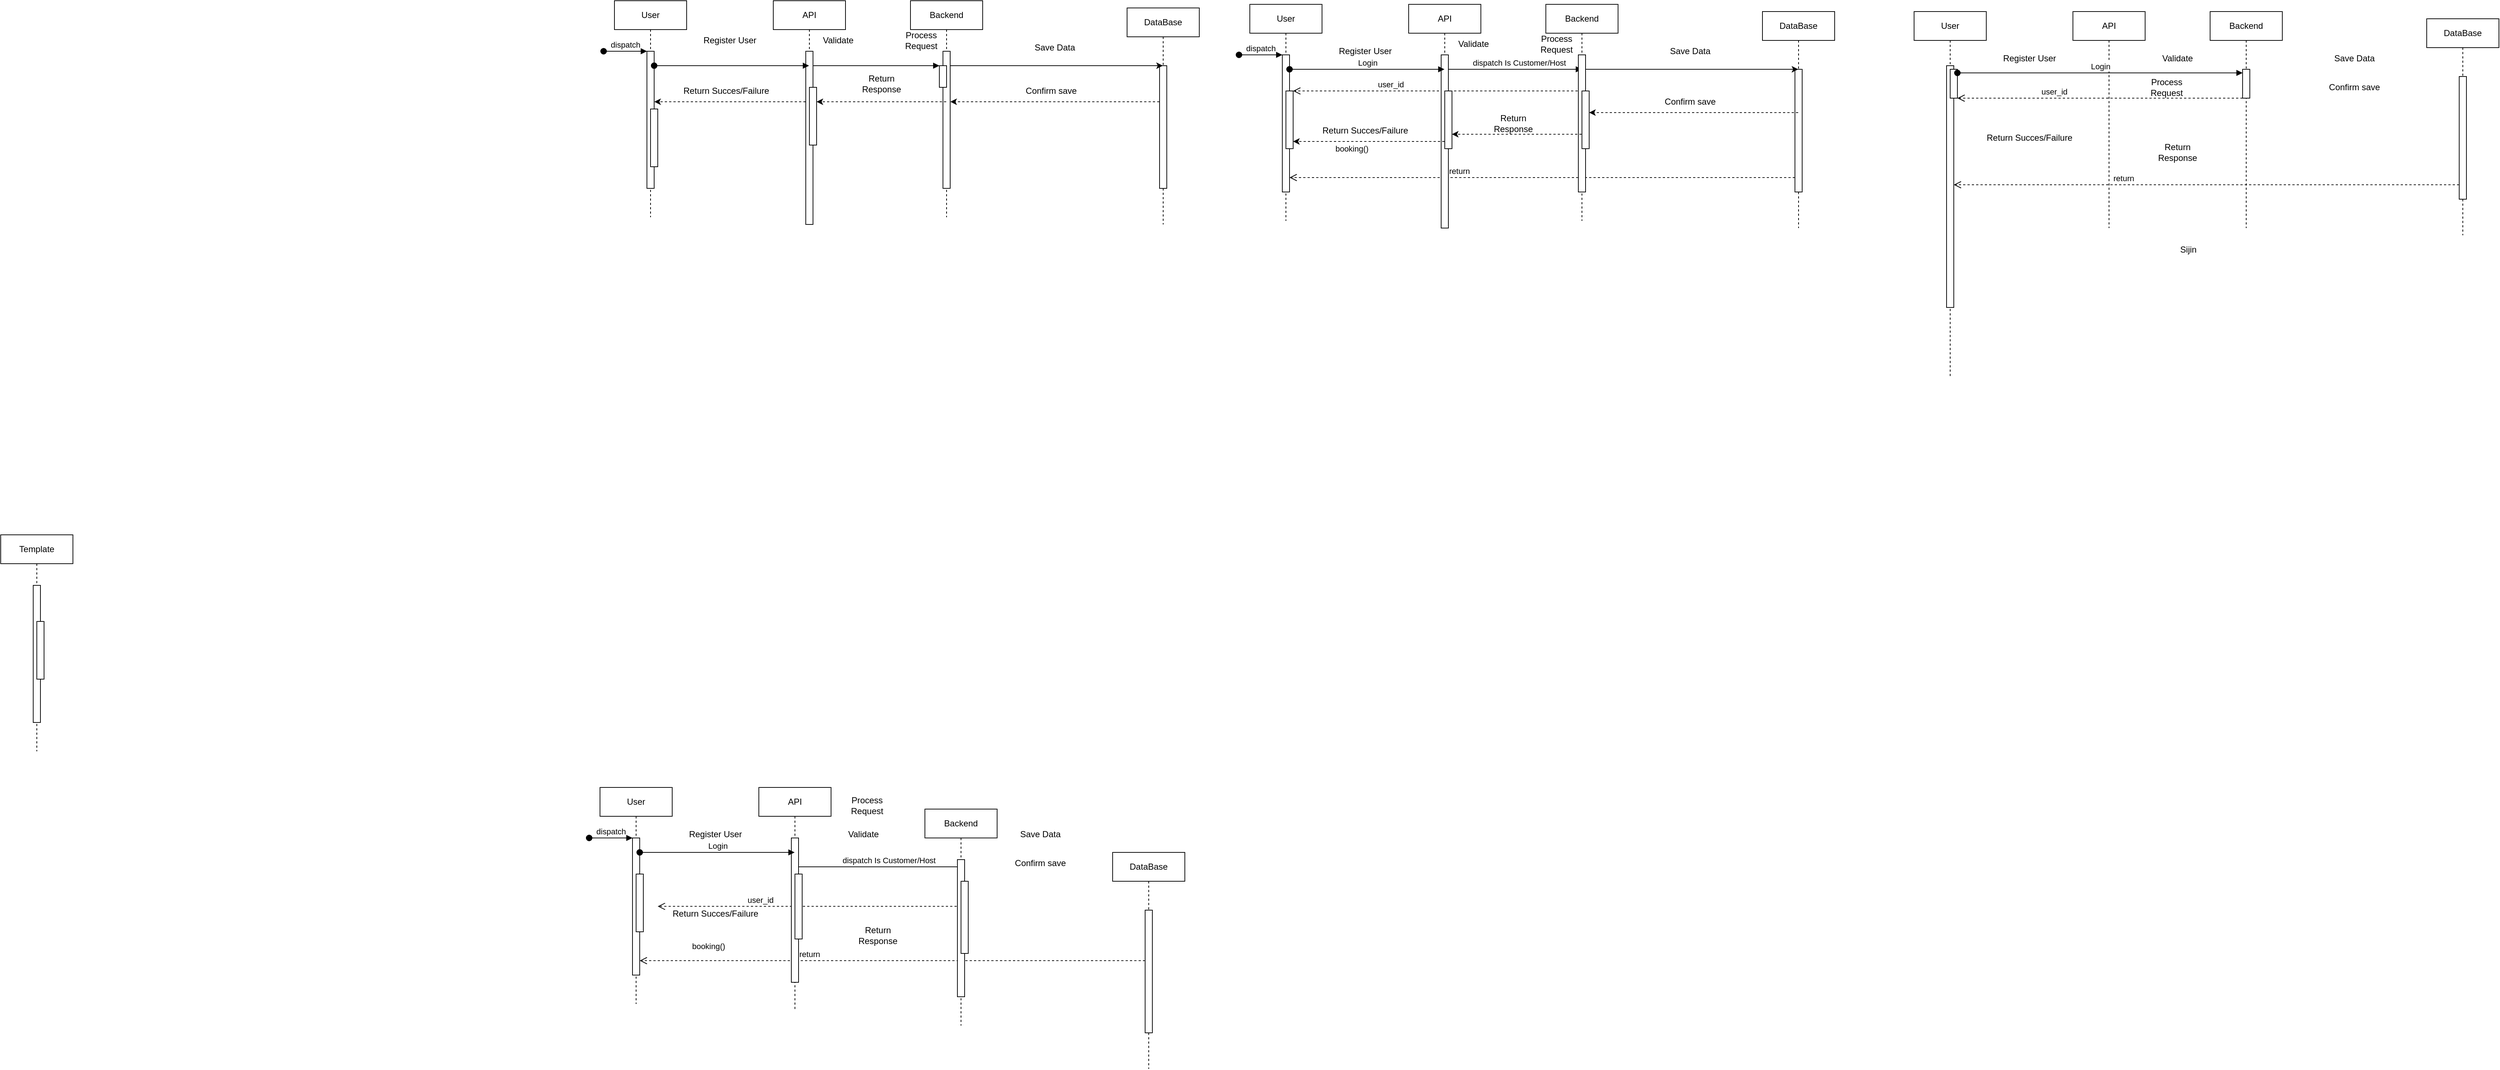
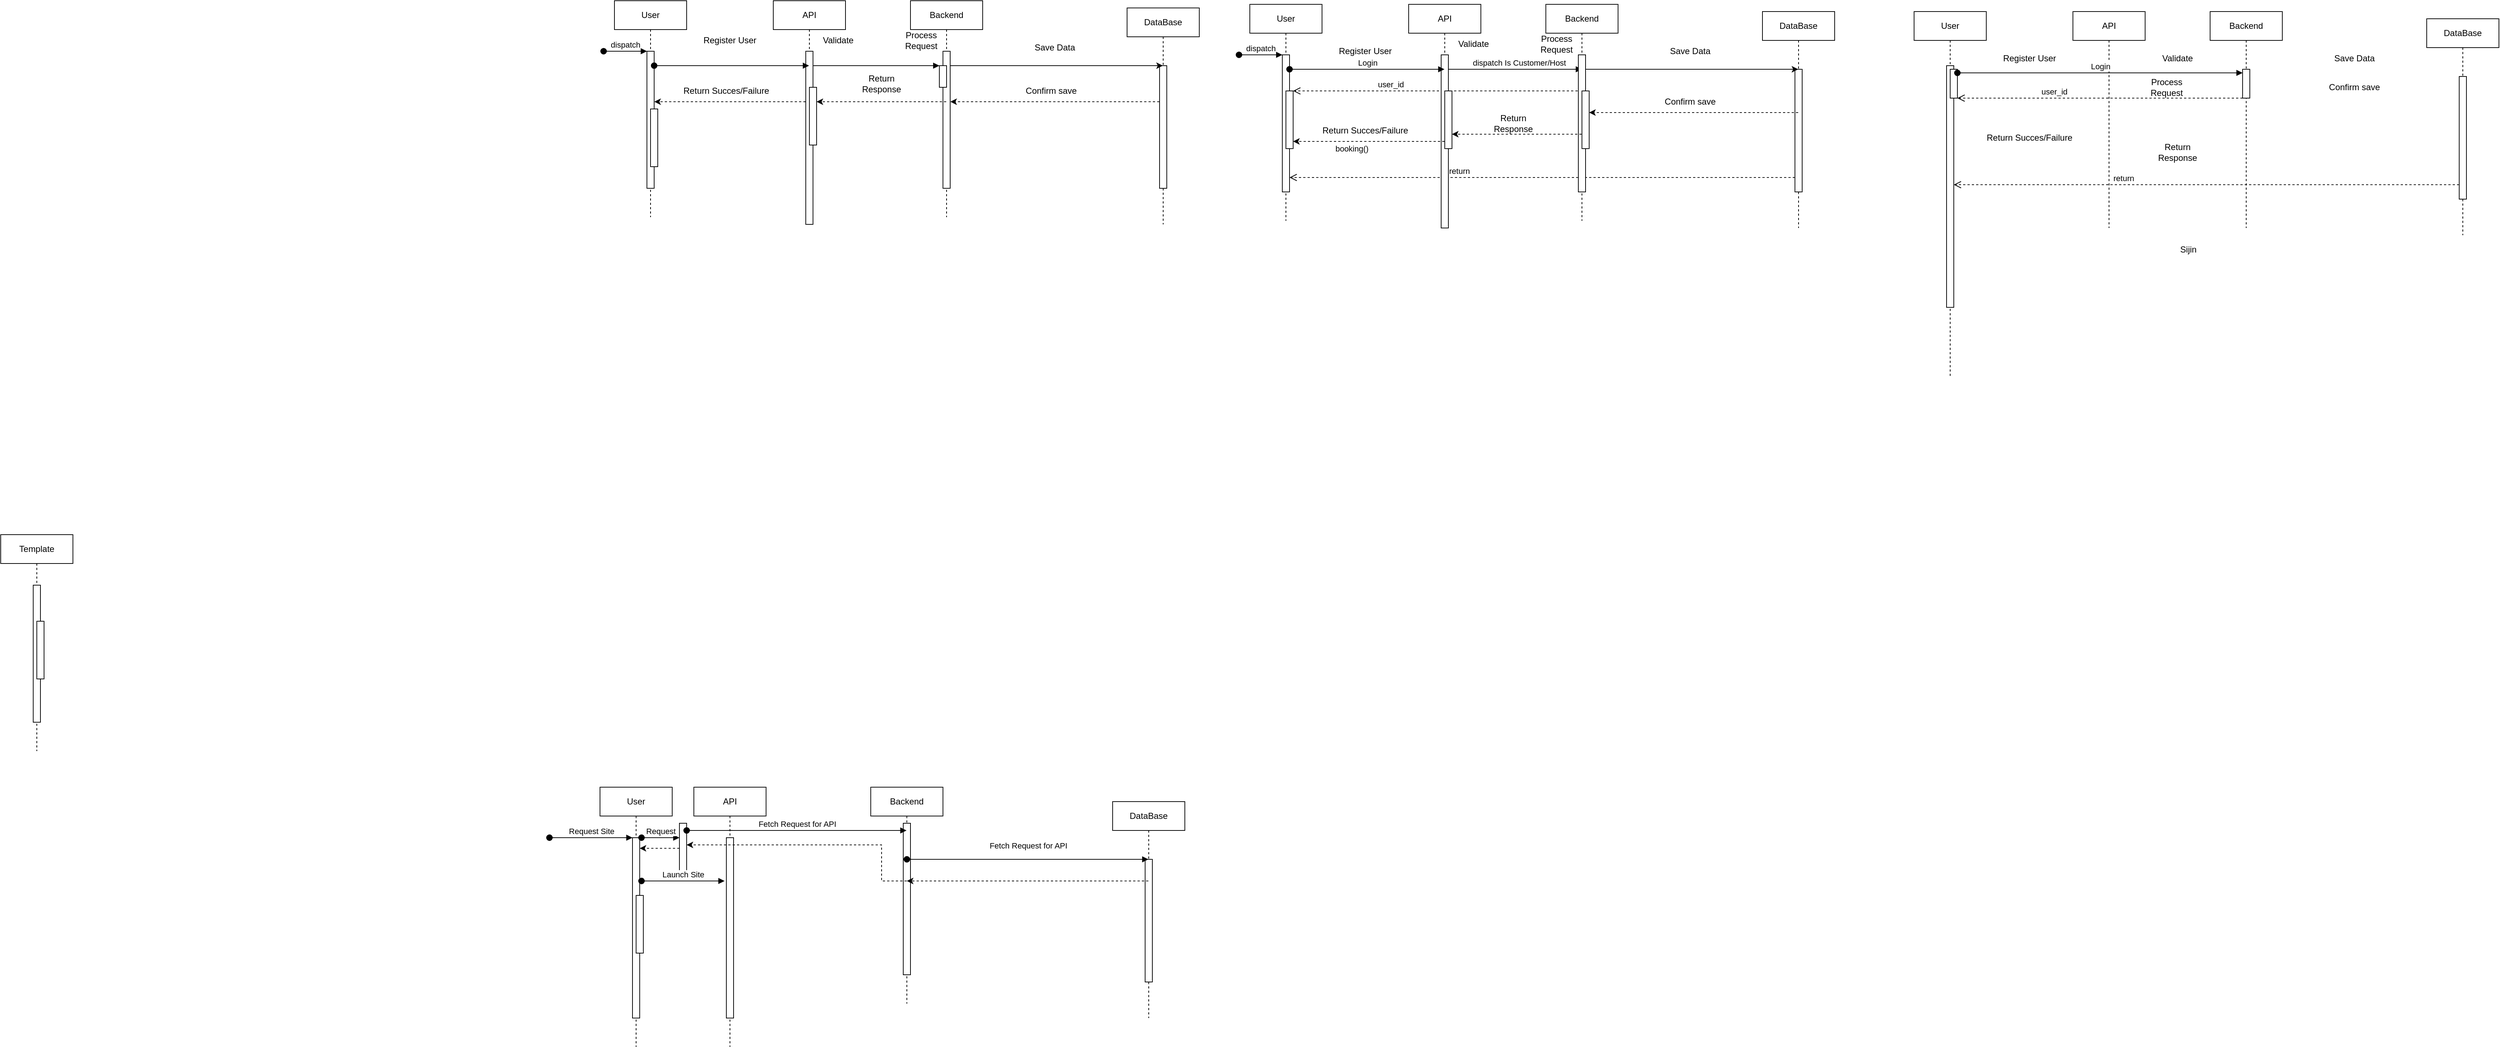
<mxfile host="app.diagrams.net" agent="5.0 (Macintosh; Intel Mac OS X 10_15_7) AppleWebKit/537.36 (KHTML, like Gecko) Chrome/109.0.0.0 Safari/537.36">
  <diagram name="Page-1" id="2YBvvXClWsGukQMizWep">
-     <mxGraphModel dx="1541" dy="848" grid="1" gridSize="10" guides="1" tooltips="1" connect="1" arrows="1" fold="1" page="1" pageScale="1" pageWidth="850" pageHeight="1100" math="0" shadow="0">
+     <mxGraphModel dx="1877" dy="375" grid="1" gridSize="10" guides="1" tooltips="1" connect="1" arrows="1" fold="1" page="1" pageScale="1" pageWidth="850" pageHeight="1100" math="0" shadow="0">
      <root>
        <mxCell id="0" />
        <mxCell id="1" parent="0" />
        <mxCell id="aM9ryv3xv72pqoxQDRHE-1" parent="1" style="shape=umlLifeline;perimeter=lifelinePerimeter;whiteSpace=wrap;html=1;container=0;dropTarget=0;collapsible=0;recursiveResize=0;outlineConnect=0;portConstraint=eastwest;newEdgeStyle={&quot;edgeStyle&quot;:&quot;elbowEdgeStyle&quot;,&quot;elbow&quot;:&quot;vertical&quot;,&quot;curved&quot;:0,&quot;rounded&quot;:0};" value="User" vertex="1">
          <mxGeometry height="300" width="100" x="30" y="40" as="geometry" />
        </mxCell>
        <mxCell id="aM9ryv3xv72pqoxQDRHE-2" parent="aM9ryv3xv72pqoxQDRHE-1" style="html=1;points=[];perimeter=orthogonalPerimeter;outlineConnect=0;targetShapes=umlLifeline;portConstraint=eastwest;newEdgeStyle={&quot;edgeStyle&quot;:&quot;elbowEdgeStyle&quot;,&quot;elbow&quot;:&quot;vertical&quot;,&quot;curved&quot;:0,&quot;rounded&quot;:0};" value="" vertex="1">
          <mxGeometry height="190" width="10" x="45" y="70" as="geometry" />
        </mxCell>
        <mxCell id="aM9ryv3xv72pqoxQDRHE-3" edge="1" parent="aM9ryv3xv72pqoxQDRHE-1" style="html=1;verticalAlign=bottom;startArrow=oval;endArrow=block;startSize=8;edgeStyle=elbowEdgeStyle;elbow=vertical;curved=0;rounded=0;" target="aM9ryv3xv72pqoxQDRHE-2" value="dispatch">
          <mxGeometry relative="1" as="geometry">
            <mxPoint x="-15" y="70" as="sourcePoint" />
          </mxGeometry>
        </mxCell>
        <mxCell id="aM9ryv3xv72pqoxQDRHE-4" parent="aM9ryv3xv72pqoxQDRHE-1" style="html=1;points=[];perimeter=orthogonalPerimeter;outlineConnect=0;targetShapes=umlLifeline;portConstraint=eastwest;newEdgeStyle={&quot;edgeStyle&quot;:&quot;elbowEdgeStyle&quot;,&quot;elbow&quot;:&quot;vertical&quot;,&quot;curved&quot;:0,&quot;rounded&quot;:0};" value="" vertex="1">
          <mxGeometry height="80" width="10" x="50" y="150" as="geometry" />
        </mxCell>
        <mxCell id="aM9ryv3xv72pqoxQDRHE-5" parent="1" style="shape=umlLifeline;perimeter=lifelinePerimeter;whiteSpace=wrap;html=1;container=0;dropTarget=0;collapsible=0;recursiveResize=0;outlineConnect=0;portConstraint=eastwest;newEdgeStyle={&quot;edgeStyle&quot;:&quot;elbowEdgeStyle&quot;,&quot;elbow&quot;:&quot;vertical&quot;,&quot;curved&quot;:0,&quot;rounded&quot;:0};" value="DataBase" vertex="1">
          <mxGeometry height="300" width="100" x="740" y="50" as="geometry" />
        </mxCell>
        <mxCell id="aM9ryv3xv72pqoxQDRHE-6" parent="aM9ryv3xv72pqoxQDRHE-5" style="html=1;points=[];perimeter=orthogonalPerimeter;outlineConnect=0;targetShapes=umlLifeline;portConstraint=eastwest;newEdgeStyle={&quot;edgeStyle&quot;:&quot;elbowEdgeStyle&quot;,&quot;elbow&quot;:&quot;vertical&quot;,&quot;curved&quot;:0,&quot;rounded&quot;:0};" value="" vertex="1">
          <mxGeometry height="170" width="10" x="45" y="80" as="geometry" />
        </mxCell>
        <mxCell id="aM9ryv3xv72pqoxQDRHE-7" edge="1" parent="1" source="7Z1T8ZwHcXeBXznP6D7j-6" style="html=1;verticalAlign=bottom;endArrow=block;edgeStyle=elbowEdgeStyle;elbow=vertical;curved=0;rounded=0;" target="7Z1T8ZwHcXeBXznP6D7j-11" value="">
          <mxGeometry relative="1" x="0.0616" as="geometry">
            <mxPoint as="offset" />
            <Array as="points">
              <mxPoint x="440" y="130" />
            </Array>
            <mxPoint x="195" y="130" as="sourcePoint" />
            <mxPoint x="480" y="130" as="targetPoint" />
          </mxGeometry>
        </mxCell>
        <mxCell id="7Z1T8ZwHcXeBXznP6D7j-5" parent="1" style="shape=umlLifeline;perimeter=lifelinePerimeter;whiteSpace=wrap;html=1;container=0;dropTarget=0;collapsible=0;recursiveResize=0;outlineConnect=0;portConstraint=eastwest;newEdgeStyle={&quot;edgeStyle&quot;:&quot;elbowEdgeStyle&quot;,&quot;elbow&quot;:&quot;vertical&quot;,&quot;curved&quot;:0,&quot;rounded&quot;:0};" value="API" vertex="1">
          <mxGeometry height="300" width="100" x="250" y="40" as="geometry" />
        </mxCell>
        <mxCell id="7Z1T8ZwHcXeBXznP6D7j-6" parent="7Z1T8ZwHcXeBXznP6D7j-5" style="html=1;points=[];perimeter=orthogonalPerimeter;outlineConnect=0;targetShapes=umlLifeline;portConstraint=eastwest;newEdgeStyle={&quot;edgeStyle&quot;:&quot;elbowEdgeStyle&quot;,&quot;elbow&quot;:&quot;vertical&quot;,&quot;curved&quot;:0,&quot;rounded&quot;:0};" value="" vertex="1">
          <mxGeometry height="240" width="10" x="45" y="70" as="geometry" />
        </mxCell>
        <mxCell id="7Z1T8ZwHcXeBXznP6D7j-8" parent="7Z1T8ZwHcXeBXznP6D7j-5" style="html=1;points=[];perimeter=orthogonalPerimeter;outlineConnect=0;targetShapes=umlLifeline;portConstraint=eastwest;newEdgeStyle={&quot;edgeStyle&quot;:&quot;elbowEdgeStyle&quot;,&quot;elbow&quot;:&quot;vertical&quot;,&quot;curved&quot;:0,&quot;rounded&quot;:0};" value="" vertex="1">
          <mxGeometry height="80" width="10" x="50" y="120" as="geometry" />
        </mxCell>
        <mxCell id="7Z1T8ZwHcXeBXznP6D7j-9" parent="1" style="shape=umlLifeline;perimeter=lifelinePerimeter;whiteSpace=wrap;html=1;container=0;dropTarget=0;collapsible=0;recursiveResize=0;outlineConnect=0;portConstraint=eastwest;newEdgeStyle={&quot;edgeStyle&quot;:&quot;elbowEdgeStyle&quot;,&quot;elbow&quot;:&quot;vertical&quot;,&quot;curved&quot;:0,&quot;rounded&quot;:0};" value="&lt;div&gt;Backend&lt;/div&gt;" vertex="1">
          <mxGeometry height="300" width="100" x="440" y="40" as="geometry" />
        </mxCell>
        <mxCell id="7Z1T8ZwHcXeBXznP6D7j-10" parent="7Z1T8ZwHcXeBXznP6D7j-9" style="html=1;points=[];perimeter=orthogonalPerimeter;outlineConnect=0;targetShapes=umlLifeline;portConstraint=eastwest;newEdgeStyle={&quot;edgeStyle&quot;:&quot;elbowEdgeStyle&quot;,&quot;elbow&quot;:&quot;vertical&quot;,&quot;curved&quot;:0,&quot;rounded&quot;:0};" value="" vertex="1">
          <mxGeometry height="190" width="10" x="45" y="70" as="geometry" />
        </mxCell>
        <mxCell id="7Z1T8ZwHcXeBXznP6D7j-11" parent="7Z1T8ZwHcXeBXznP6D7j-9" style="html=1;points=[];perimeter=orthogonalPerimeter;outlineConnect=0;targetShapes=umlLifeline;portConstraint=eastwest;newEdgeStyle={&quot;edgeStyle&quot;:&quot;elbowEdgeStyle&quot;,&quot;elbow&quot;:&quot;vertical&quot;,&quot;curved&quot;:0,&quot;rounded&quot;:0};" value="" vertex="1">
          <mxGeometry height="30" width="10" x="40" y="90" as="geometry" />
        </mxCell>
        <mxCell id="7Z1T8ZwHcXeBXznP6D7j-12" parent="1" style="shape=umlLifeline;perimeter=lifelinePerimeter;whiteSpace=wrap;html=1;container=0;dropTarget=0;collapsible=0;recursiveResize=0;outlineConnect=0;portConstraint=eastwest;newEdgeStyle={&quot;edgeStyle&quot;:&quot;elbowEdgeStyle&quot;,&quot;elbow&quot;:&quot;vertical&quot;,&quot;curved&quot;:0,&quot;rounded&quot;:0};" value="Template" vertex="1">
          <mxGeometry height="300" width="100" x="-820" y="780" as="geometry" />
        </mxCell>
        <mxCell id="7Z1T8ZwHcXeBXznP6D7j-13" parent="7Z1T8ZwHcXeBXznP6D7j-12" style="html=1;points=[];perimeter=orthogonalPerimeter;outlineConnect=0;targetShapes=umlLifeline;portConstraint=eastwest;newEdgeStyle={&quot;edgeStyle&quot;:&quot;elbowEdgeStyle&quot;,&quot;elbow&quot;:&quot;vertical&quot;,&quot;curved&quot;:0,&quot;rounded&quot;:0};" value="" vertex="1">
          <mxGeometry height="190" width="10" x="45" y="70" as="geometry" />
        </mxCell>
        <mxCell id="7Z1T8ZwHcXeBXznP6D7j-14" parent="7Z1T8ZwHcXeBXznP6D7j-12" style="html=1;points=[];perimeter=orthogonalPerimeter;outlineConnect=0;targetShapes=umlLifeline;portConstraint=eastwest;newEdgeStyle={&quot;edgeStyle&quot;:&quot;elbowEdgeStyle&quot;,&quot;elbow&quot;:&quot;vertical&quot;,&quot;curved&quot;:0,&quot;rounded&quot;:0};" value="" vertex="1">
          <mxGeometry height="80" width="10" x="50" y="120" as="geometry" />
        </mxCell>
        <mxCell id="7Z1T8ZwHcXeBXznP6D7j-18" edge="1" parent="1" style="html=1;verticalAlign=bottom;startArrow=oval;endArrow=block;startSize=8;edgeStyle=elbowEdgeStyle;elbow=vertical;curved=0;rounded=0;" target="7Z1T8ZwHcXeBXznP6D7j-5" value="">
          <mxGeometry relative="1" x="-0.3939" y="10" as="geometry">
            <mxPoint as="offset" />
            <mxPoint x="85" y="130" as="sourcePoint" />
            <mxPoint x="150" y="130" as="targetPoint" />
          </mxGeometry>
        </mxCell>
        <mxCell id="D9VVy2PClrj1YHKQl20F-1" parent="1" style="text;html=1;whiteSpace=wrap;strokeColor=none;fillColor=none;align=center;verticalAlign=middle;rounded=0;" value="Register User" vertex="1">
          <mxGeometry height="30" width="100" x="140" y="80" as="geometry" />
        </mxCell>
        <mxCell id="D9VVy2PClrj1YHKQl20F-2" parent="1" style="text;html=1;whiteSpace=wrap;strokeColor=none;fillColor=none;align=center;verticalAlign=middle;rounded=0;" value="Validate" vertex="1">
          <mxGeometry height="30" width="60" x="310" y="80" as="geometry" />
        </mxCell>
        <mxCell id="D9VVy2PClrj1YHKQl20F-3" parent="1" style="text;html=1;whiteSpace=wrap;strokeColor=none;fillColor=none;align=center;verticalAlign=middle;rounded=0;" value="Process Request" vertex="1">
          <mxGeometry height="30" width="60" x="425" y="80" as="geometry" />
        </mxCell>
        <mxCell id="I_nbtK1dwFWHWanF6EMp-1" parent="1" style="text;html=1;whiteSpace=wrap;strokeColor=none;fillColor=none;align=center;verticalAlign=middle;rounded=0;" value="Save Data" vertex="1">
          <mxGeometry height="30" width="60" x="610" y="90" as="geometry" />
        </mxCell>
        <mxCell id="I_nbtK1dwFWHWanF6EMp-2" parent="1" style="text;html=1;whiteSpace=wrap;strokeColor=none;fillColor=none;align=center;verticalAlign=middle;rounded=0;" value="Confirm save" vertex="1">
          <mxGeometry height="30" width="80" x="595.25" y="150" as="geometry" />
        </mxCell>
        <mxCell id="I_nbtK1dwFWHWanF6EMp-3" parent="1" style="text;html=1;whiteSpace=wrap;strokeColor=none;fillColor=none;align=center;verticalAlign=middle;rounded=0;" value="Return Response" vertex="1">
          <mxGeometry height="30" width="60" x="370" y="140" as="geometry" />
        </mxCell>
        <mxCell id="I_nbtK1dwFWHWanF6EMp-4" parent="1" style="text;html=1;whiteSpace=wrap;strokeColor=none;fillColor=none;align=center;verticalAlign=middle;rounded=0;" value="Return Succes/Failure" vertex="1">
          <mxGeometry height="30" width="140" x="115.25" y="150" as="geometry" />
        </mxCell>
        <mxCell id="7Z1T8ZwHcXeBXznP6D7j-20" parent="1" style="shape=umlLifeline;perimeter=lifelinePerimeter;whiteSpace=wrap;html=1;container=0;dropTarget=0;collapsible=0;recursiveResize=0;outlineConnect=0;portConstraint=eastwest;newEdgeStyle={&quot;edgeStyle&quot;:&quot;elbowEdgeStyle&quot;,&quot;elbow&quot;:&quot;vertical&quot;,&quot;curved&quot;:0,&quot;rounded&quot;:0};" value="User" vertex="1">
-           <mxGeometry height="300" width="100" x="10" y="1130" as="geometry" />
+           <mxGeometry height="360" width="100" x="10" y="1130" as="geometry" />
        </mxCell>
        <mxCell id="7Z1T8ZwHcXeBXznP6D7j-21" parent="7Z1T8ZwHcXeBXznP6D7j-20" style="html=1;points=[];perimeter=orthogonalPerimeter;outlineConnect=0;targetShapes=umlLifeline;portConstraint=eastwest;newEdgeStyle={&quot;edgeStyle&quot;:&quot;elbowEdgeStyle&quot;,&quot;elbow&quot;:&quot;vertical&quot;,&quot;curved&quot;:0,&quot;rounded&quot;:0};" value="" vertex="1">
-           <mxGeometry height="190" width="10" x="45" y="70" as="geometry" />
-         </mxCell>
-         <mxCell id="7Z1T8ZwHcXeBXznP6D7j-22" edge="1" parent="7Z1T8ZwHcXeBXznP6D7j-20" style="html=1;verticalAlign=bottom;startArrow=oval;endArrow=block;startSize=8;edgeStyle=elbowEdgeStyle;elbow=vertical;curved=0;rounded=0;" target="7Z1T8ZwHcXeBXznP6D7j-21" value="dispatch">
-           <mxGeometry relative="1" as="geometry">
-             <mxPoint x="-15" y="70" as="sourcePoint" />
+           <mxGeometry height="250" width="10" x="45" y="70" as="geometry" />
+         </mxCell>
+         <mxCell id="7Z1T8ZwHcXeBXznP6D7j-22" edge="1" parent="7Z1T8ZwHcXeBXznP6D7j-20" style="html=1;verticalAlign=bottom;startArrow=oval;endArrow=block;startSize=8;edgeStyle=elbowEdgeStyle;elbow=vertical;curved=0;rounded=0;" target="7Z1T8ZwHcXeBXznP6D7j-21" value="&lt;div&gt;Request Site&lt;/div&gt;">
+           <mxGeometry relative="1" as="geometry">
+             <mxPoint x="-70" y="70" as="sourcePoint" />
          </mxGeometry>
        </mxCell>
        <mxCell id="7Z1T8ZwHcXeBXznP6D7j-23" parent="7Z1T8ZwHcXeBXznP6D7j-20" style="html=1;points=[];perimeter=orthogonalPerimeter;outlineConnect=0;targetShapes=umlLifeline;portConstraint=eastwest;newEdgeStyle={&quot;edgeStyle&quot;:&quot;elbowEdgeStyle&quot;,&quot;elbow&quot;:&quot;vertical&quot;,&quot;curved&quot;:0,&quot;rounded&quot;:0};" value="" vertex="1">
-           <mxGeometry height="80" width="10" x="50" y="120" as="geometry" />
+           <mxGeometry height="80" width="10" x="50" y="150" as="geometry" />
        </mxCell>
        <mxCell id="_QFFP_39c0ER-aZENGy8-1" edge="1" parent="1" source="7Z1T8ZwHcXeBXznP6D7j-10" style="endArrow=classic;html=1;rounded=0;" target="aM9ryv3xv72pqoxQDRHE-5" value="">
          <mxGeometry height="50" relative="1" width="50" as="geometry">
            <Array as="points">
              <mxPoint x="650" y="130" />
            </Array>
            <mxPoint x="490" y="170" as="sourcePoint" />
            <mxPoint x="540" y="120" as="targetPoint" />
          </mxGeometry>
        </mxCell>
        <mxCell id="7Z1T8ZwHcXeBXznP6D7j-24" parent="1" style="shape=umlLifeline;perimeter=lifelinePerimeter;whiteSpace=wrap;html=1;container=0;dropTarget=0;collapsible=0;recursiveResize=0;outlineConnect=0;portConstraint=eastwest;newEdgeStyle={&quot;edgeStyle&quot;:&quot;elbowEdgeStyle&quot;,&quot;elbow&quot;:&quot;vertical&quot;,&quot;curved&quot;:0,&quot;rounded&quot;:0};" value="DataBase" vertex="1">
-           <mxGeometry height="300" width="100" x="720" y="1220" as="geometry" />
+           <mxGeometry height="300" width="100" x="720" y="1150" as="geometry" />
        </mxCell>
        <mxCell id="7Z1T8ZwHcXeBXznP6D7j-25" parent="7Z1T8ZwHcXeBXznP6D7j-24" style="html=1;points=[];perimeter=orthogonalPerimeter;outlineConnect=0;targetShapes=umlLifeline;portConstraint=eastwest;newEdgeStyle={&quot;edgeStyle&quot;:&quot;elbowEdgeStyle&quot;,&quot;elbow&quot;:&quot;vertical&quot;,&quot;curved&quot;:0,&quot;rounded&quot;:0};" value="" vertex="1">
          <mxGeometry height="170" width="10" x="45" y="80" as="geometry" />
        </mxCell>
        <mxCell id="_QFFP_39c0ER-aZENGy8-2" edge="1" parent="1" style="endArrow=classic;html=1;rounded=0;dashed=1;" value="">
          <mxGeometry height="50" relative="1" width="50" as="geometry">
            <Array as="points">
              <mxPoint x="635.25" y="180" />
            </Array>
            <mxPoint x="784.75" y="179.9999999999999" as="sourcePoint" />
            <mxPoint x="495.25" y="179.9999999999999" as="targetPoint" />
          </mxGeometry>
        </mxCell>
-         <mxCell id="7Z1T8ZwHcXeBXznP6D7j-26" edge="1" parent="1" source="7Z1T8ZwHcXeBXznP6D7j-31" style="html=1;verticalAlign=bottom;endArrow=block;edgeStyle=elbowEdgeStyle;elbow=vertical;curved=0;rounded=0;entryX=0.5;entryY=0.105;entryDx=0;entryDy=0;entryPerimeter=0;" target="7Z1T8ZwHcXeBXznP6D7j-34" value="dispatch Is Customer/Host">
-           <mxGeometry relative="1" x="0.0616" as="geometry">
-             <mxPoint as="offset" />
-             <Array as="points">
-               <mxPoint x="460" y="1240" />
-             </Array>
-             <mxPoint x="175" y="1220" as="sourcePoint" />
-             <mxPoint x="460" y="1220" as="targetPoint" />
-           </mxGeometry>
-         </mxCell>
-         <mxCell id="7Z1T8ZwHcXeBXznP6D7j-27" connectable="0" parent="7Z1T8ZwHcXeBXznP6D7j-26" style="edgeLabel;html=1;align=center;verticalAlign=middle;resizable=0;points=[];" value="booking()" vertex="1">
-           <mxGeometry relative="1" x="-0.6283" y="3" as="geometry">
-             <mxPoint x="-169" y="113" as="offset" />
-           </mxGeometry>
-         </mxCell>
        <mxCell id="_QFFP_39c0ER-aZENGy8-3" edge="1" parent="1" style="endArrow=classic;html=1;rounded=0;dashed=1;" value="">
          <mxGeometry height="50" relative="1" width="50" as="geometry">
            <Array as="points">
              <mxPoint x="400" y="180" />
            </Array>
            <mxPoint x="489.5" y="179.9999999999999" as="sourcePoint" />
            <mxPoint x="310" y="179.9999999999999" as="targetPoint" />
          </mxGeometry>
        </mxCell>
-         <mxCell id="7Z1T8ZwHcXeBXznP6D7j-28" edge="1" parent="1" source="7Z1T8ZwHcXeBXznP6D7j-25" style="html=1;verticalAlign=bottom;endArrow=open;dashed=1;endSize=8;edgeStyle=elbowEdgeStyle;elbow=vertical;curved=0;rounded=0;" target="7Z1T8ZwHcXeBXznP6D7j-21" value="return">
-           <mxGeometry relative="1" x="0.3286" as="geometry">
-             <mxPoint as="offset" />
-             <Array as="points">
-               <mxPoint x="170" y="1370" />
-             </Array>
-             <mxPoint x="175" y="1295" as="targetPoint" />
-           </mxGeometry>
-         </mxCell>
        <mxCell id="_QFFP_39c0ER-aZENGy8-4" edge="1" parent="1" style="endArrow=classic;html=1;rounded=0;dashed=1;" value="">
          <mxGeometry height="50" relative="1" width="50" as="geometry">
            <Array as="points">
              <mxPoint x="195.25" y="180" />
            </Array>
            <mxPoint x="294.75" y="179.9999999999999" as="sourcePoint" />
            <mxPoint x="85.25" y="179.9999999999999" as="targetPoint" />
          </mxGeometry>
        </mxCell>
-         <mxCell id="7Z1T8ZwHcXeBXznP6D7j-29" edge="1" parent="1" style="html=1;verticalAlign=bottom;endArrow=open;dashed=1;endSize=8;edgeStyle=elbowEdgeStyle;elbow=vertical;curved=0;rounded=0;" value="user_id">
-           <mxGeometry relative="1" x="0.325" as="geometry">
-             <mxPoint as="offset" />
-             <Array as="points">
-               <mxPoint x="450" y="1294.76" />
-             </Array>
-             <mxPoint x="510" y="1294.76" as="sourcePoint" />
-             <mxPoint x="90" y="1294.76" as="targetPoint" />
-           </mxGeometry>
-         </mxCell>
        <mxCell id="_QFFP_39c0ER-aZENGy8-33" parent="1" style="shape=umlLifeline;perimeter=lifelinePerimeter;whiteSpace=wrap;html=1;container=0;dropTarget=0;collapsible=0;recursiveResize=0;outlineConnect=0;portConstraint=eastwest;newEdgeStyle={&quot;edgeStyle&quot;:&quot;elbowEdgeStyle&quot;,&quot;elbow&quot;:&quot;vertical&quot;,&quot;curved&quot;:0,&quot;rounded&quot;:0};" value="User" vertex="1">
          <mxGeometry height="300" width="100" x="910" y="45" as="geometry" />
        </mxCell>
        <mxCell id="_QFFP_39c0ER-aZENGy8-34" parent="_QFFP_39c0ER-aZENGy8-33" style="html=1;points=[];perimeter=orthogonalPerimeter;outlineConnect=0;targetShapes=umlLifeline;portConstraint=eastwest;newEdgeStyle={&quot;edgeStyle&quot;:&quot;elbowEdgeStyle&quot;,&quot;elbow&quot;:&quot;vertical&quot;,&quot;curved&quot;:0,&quot;rounded&quot;:0};" value="" vertex="1">
          <mxGeometry height="190" width="10" x="45" y="70" as="geometry" />
        </mxCell>
        <mxCell id="_QFFP_39c0ER-aZENGy8-35" edge="1" parent="_QFFP_39c0ER-aZENGy8-33" style="html=1;verticalAlign=bottom;startArrow=oval;endArrow=block;startSize=8;edgeStyle=elbowEdgeStyle;elbow=vertical;curved=0;rounded=0;" target="_QFFP_39c0ER-aZENGy8-34" value="dispatch">
          <mxGeometry relative="1" as="geometry">
            <mxPoint x="-15" y="70" as="sourcePoint" />
          </mxGeometry>
        </mxCell>
        <mxCell id="_QFFP_39c0ER-aZENGy8-36" parent="_QFFP_39c0ER-aZENGy8-33" style="html=1;points=[];perimeter=orthogonalPerimeter;outlineConnect=0;targetShapes=umlLifeline;portConstraint=eastwest;newEdgeStyle={&quot;edgeStyle&quot;:&quot;elbowEdgeStyle&quot;,&quot;elbow&quot;:&quot;vertical&quot;,&quot;curved&quot;:0,&quot;rounded&quot;:0};" value="" vertex="1">
          <mxGeometry height="80" width="10" x="50" y="120" as="geometry" />
        </mxCell>
        <mxCell id="7Z1T8ZwHcXeBXznP6D7j-30" parent="1" style="shape=umlLifeline;perimeter=lifelinePerimeter;whiteSpace=wrap;html=1;container=0;dropTarget=0;collapsible=0;recursiveResize=0;outlineConnect=0;portConstraint=eastwest;newEdgeStyle={&quot;edgeStyle&quot;:&quot;elbowEdgeStyle&quot;,&quot;elbow&quot;:&quot;vertical&quot;,&quot;curved&quot;:0,&quot;rounded&quot;:0};" value="API" vertex="1">
-           <mxGeometry height="310" width="100" x="230" y="1130" as="geometry" />
+           <mxGeometry height="360" width="100" x="140" y="1130" as="geometry" />
        </mxCell>
        <mxCell id="7Z1T8ZwHcXeBXznP6D7j-31" parent="7Z1T8ZwHcXeBXznP6D7j-30" style="html=1;points=[];perimeter=orthogonalPerimeter;outlineConnect=0;targetShapes=umlLifeline;portConstraint=eastwest;newEdgeStyle={&quot;edgeStyle&quot;:&quot;elbowEdgeStyle&quot;,&quot;elbow&quot;:&quot;vertical&quot;,&quot;curved&quot;:0,&quot;rounded&quot;:0};" value="" vertex="1">
-           <mxGeometry height="200" width="10" x="45" y="70" as="geometry" />
-         </mxCell>
-         <mxCell id="7Z1T8ZwHcXeBXznP6D7j-32" parent="7Z1T8ZwHcXeBXznP6D7j-30" style="html=1;points=[];perimeter=orthogonalPerimeter;outlineConnect=0;targetShapes=umlLifeline;portConstraint=eastwest;newEdgeStyle={&quot;edgeStyle&quot;:&quot;elbowEdgeStyle&quot;,&quot;elbow&quot;:&quot;vertical&quot;,&quot;curved&quot;:0,&quot;rounded&quot;:0};" value="" vertex="1">
-           <mxGeometry height="90" width="10" x="50" y="120" as="geometry" />
+           <mxGeometry height="250" width="10" x="45" y="70" as="geometry" />
        </mxCell>
        <mxCell id="_QFFP_39c0ER-aZENGy8-37" parent="1" style="shape=umlLifeline;perimeter=lifelinePerimeter;whiteSpace=wrap;html=1;container=0;dropTarget=0;collapsible=0;recursiveResize=0;outlineConnect=0;portConstraint=eastwest;newEdgeStyle={&quot;edgeStyle&quot;:&quot;elbowEdgeStyle&quot;,&quot;elbow&quot;:&quot;vertical&quot;,&quot;curved&quot;:0,&quot;rounded&quot;:0};" value="DataBase" vertex="1">
          <mxGeometry height="300" width="100" x="1620" y="55" as="geometry" />
        </mxCell>
        <mxCell id="_QFFP_39c0ER-aZENGy8-38" parent="_QFFP_39c0ER-aZENGy8-37" style="html=1;points=[];perimeter=orthogonalPerimeter;outlineConnect=0;targetShapes=umlLifeline;portConstraint=eastwest;newEdgeStyle={&quot;edgeStyle&quot;:&quot;elbowEdgeStyle&quot;,&quot;elbow&quot;:&quot;vertical&quot;,&quot;curved&quot;:0,&quot;rounded&quot;:0};" value="" vertex="1">
          <mxGeometry height="170" width="10" x="45" y="80" as="geometry" />
        </mxCell>
        <mxCell id="7Z1T8ZwHcXeBXznP6D7j-33" parent="1" style="shape=umlLifeline;perimeter=lifelinePerimeter;whiteSpace=wrap;html=1;container=0;dropTarget=0;collapsible=0;recursiveResize=0;outlineConnect=0;portConstraint=eastwest;newEdgeStyle={&quot;edgeStyle&quot;:&quot;elbowEdgeStyle&quot;,&quot;elbow&quot;:&quot;vertical&quot;,&quot;curved&quot;:0,&quot;rounded&quot;:0};" value="&lt;div&gt;Backend&lt;/div&gt;" vertex="1">
-           <mxGeometry height="300" width="100" x="460" y="1160" as="geometry" />
+           <mxGeometry height="300" width="100" x="385" y="1130" as="geometry" />
        </mxCell>
        <mxCell id="7Z1T8ZwHcXeBXznP6D7j-34" parent="7Z1T8ZwHcXeBXznP6D7j-33" style="html=1;points=[];perimeter=orthogonalPerimeter;outlineConnect=0;targetShapes=umlLifeline;portConstraint=eastwest;newEdgeStyle={&quot;edgeStyle&quot;:&quot;elbowEdgeStyle&quot;,&quot;elbow&quot;:&quot;vertical&quot;,&quot;curved&quot;:0,&quot;rounded&quot;:0};" value="" vertex="1">
-           <mxGeometry height="190" width="10" x="45" y="70" as="geometry" />
-         </mxCell>
-         <mxCell id="7Z1T8ZwHcXeBXznP6D7j-35" parent="7Z1T8ZwHcXeBXznP6D7j-33" style="html=1;points=[];perimeter=orthogonalPerimeter;outlineConnect=0;targetShapes=umlLifeline;portConstraint=eastwest;newEdgeStyle={&quot;edgeStyle&quot;:&quot;elbowEdgeStyle&quot;,&quot;elbow&quot;:&quot;vertical&quot;,&quot;curved&quot;:0,&quot;rounded&quot;:0};" value="" vertex="1">
-           <mxGeometry height="100" width="10" x="50" y="100" as="geometry" />
+           <mxGeometry height="210" width="10" x="45" y="50" as="geometry" />
        </mxCell>
        <mxCell id="_QFFP_39c0ER-aZENGy8-39" edge="1" parent="1" source="_QFFP_39c0ER-aZENGy8-44" style="html=1;verticalAlign=bottom;endArrow=block;edgeStyle=elbowEdgeStyle;elbow=vertical;curved=0;rounded=0;entryX=0.5;entryY=0.105;entryDx=0;entryDy=0;entryPerimeter=0;" target="_QFFP_39c0ER-aZENGy8-47" value="dispatch Is Customer/Host">
          <mxGeometry relative="1" x="0.0616" as="geometry">
            <mxPoint as="offset" />
            <Array as="points">
              <mxPoint x="1320" y="135" />
            </Array>
            <mxPoint x="1075" y="135" as="sourcePoint" />
            <mxPoint x="1360" y="135" as="targetPoint" />
          </mxGeometry>
        </mxCell>
        <mxCell id="_QFFP_39c0ER-aZENGy8-40" connectable="0" parent="_QFFP_39c0ER-aZENGy8-39" style="edgeLabel;html=1;align=center;verticalAlign=middle;resizable=0;points=[];" value="booking()" vertex="1">
          <mxGeometry relative="1" x="-0.6283" y="3" as="geometry">
            <mxPoint x="-169" y="113" as="offset" />
          </mxGeometry>
        </mxCell>
-         <mxCell id="7Z1T8ZwHcXeBXznP6D7j-36" edge="1" parent="1" style="html=1;verticalAlign=bottom;startArrow=oval;endArrow=block;startSize=8;edgeStyle=elbowEdgeStyle;elbow=vertical;curved=0;rounded=0;" target="7Z1T8ZwHcXeBXznP6D7j-30" value="Login">
-           <mxGeometry relative="1" as="geometry">
-             <mxPoint x="65" y="1220" as="sourcePoint" />
-             <mxPoint x="130" y="1220" as="targetPoint" />
-           </mxGeometry>
-         </mxCell>
        <mxCell id="_QFFP_39c0ER-aZENGy8-41" edge="1" parent="1" source="_QFFP_39c0ER-aZENGy8-38" style="html=1;verticalAlign=bottom;endArrow=open;dashed=1;endSize=8;edgeStyle=elbowEdgeStyle;elbow=vertical;curved=0;rounded=0;" target="_QFFP_39c0ER-aZENGy8-34" value="return">
          <mxGeometry relative="1" x="0.3286" as="geometry">
            <mxPoint as="offset" />
            <Array as="points">
              <mxPoint x="1070" y="285" />
            </Array>
            <mxPoint x="1075" y="210" as="targetPoint" />
          </mxGeometry>
        </mxCell>
-         <mxCell id="7Z1T8ZwHcXeBXznP6D7j-37" parent="1" style="text;html=1;whiteSpace=wrap;strokeColor=none;fillColor=none;align=center;verticalAlign=middle;rounded=0;" value="Register User" vertex="1">
-           <mxGeometry height="30" width="100" x="120" y="1180" as="geometry" />
-         </mxCell>
        <mxCell id="_QFFP_39c0ER-aZENGy8-42" edge="1" parent="1" source="_QFFP_39c0ER-aZENGy8-48" style="html=1;verticalAlign=bottom;endArrow=open;dashed=1;endSize=8;edgeStyle=elbowEdgeStyle;elbow=vertical;curved=0;rounded=0;" target="_QFFP_39c0ER-aZENGy8-36" value="user_id">
          <mxGeometry relative="1" x="0.325" as="geometry">
            <mxPoint as="offset" />
            <Array as="points">
              <mxPoint x="1330" y="165" />
            </Array>
            <mxPoint x="1430" y="165" as="sourcePoint" />
            <mxPoint x="1020" y="165" as="targetPoint" />
          </mxGeometry>
        </mxCell>
-         <mxCell id="7Z1T8ZwHcXeBXznP6D7j-38" parent="1" style="text;html=1;whiteSpace=wrap;strokeColor=none;fillColor=none;align=center;verticalAlign=middle;rounded=0;" value="Validate" vertex="1">
-           <mxGeometry height="30" width="60" x="345" y="1180" as="geometry" />
-         </mxCell>
        <mxCell id="_QFFP_39c0ER-aZENGy8-43" parent="1" style="shape=umlLifeline;perimeter=lifelinePerimeter;whiteSpace=wrap;html=1;container=0;dropTarget=0;collapsible=0;recursiveResize=0;outlineConnect=0;portConstraint=eastwest;newEdgeStyle={&quot;edgeStyle&quot;:&quot;elbowEdgeStyle&quot;,&quot;elbow&quot;:&quot;vertical&quot;,&quot;curved&quot;:0,&quot;rounded&quot;:0};" value="API" vertex="1">
          <mxGeometry height="300" width="100" x="1130" y="45" as="geometry" />
        </mxCell>
        <mxCell id="_QFFP_39c0ER-aZENGy8-44" parent="_QFFP_39c0ER-aZENGy8-43" style="html=1;points=[];perimeter=orthogonalPerimeter;outlineConnect=0;targetShapes=umlLifeline;portConstraint=eastwest;newEdgeStyle={&quot;edgeStyle&quot;:&quot;elbowEdgeStyle&quot;,&quot;elbow&quot;:&quot;vertical&quot;,&quot;curved&quot;:0,&quot;rounded&quot;:0};" value="" vertex="1">
          <mxGeometry height="240" width="10" x="45" y="70" as="geometry" />
        </mxCell>
        <mxCell id="_QFFP_39c0ER-aZENGy8-45" parent="_QFFP_39c0ER-aZENGy8-43" style="html=1;points=[];perimeter=orthogonalPerimeter;outlineConnect=0;targetShapes=umlLifeline;portConstraint=eastwest;newEdgeStyle={&quot;edgeStyle&quot;:&quot;elbowEdgeStyle&quot;,&quot;elbow&quot;:&quot;vertical&quot;,&quot;curved&quot;:0,&quot;rounded&quot;:0};" value="" vertex="1">
          <mxGeometry height="80" width="10" x="50" y="120" as="geometry" />
        </mxCell>
-         <mxCell id="7Z1T8ZwHcXeBXznP6D7j-39" parent="1" style="text;html=1;whiteSpace=wrap;strokeColor=none;fillColor=none;align=center;verticalAlign=middle;rounded=0;" value="Process Request" vertex="1">
-           <mxGeometry height="30" width="60" x="350" y="1140" as="geometry" />
-         </mxCell>
        <mxCell id="_QFFP_39c0ER-aZENGy8-46" parent="1" style="shape=umlLifeline;perimeter=lifelinePerimeter;whiteSpace=wrap;html=1;container=0;dropTarget=0;collapsible=0;recursiveResize=0;outlineConnect=0;portConstraint=eastwest;newEdgeStyle={&quot;edgeStyle&quot;:&quot;elbowEdgeStyle&quot;,&quot;elbow&quot;:&quot;vertical&quot;,&quot;curved&quot;:0,&quot;rounded&quot;:0};" value="&lt;div&gt;Backend&lt;/div&gt;" vertex="1">
          <mxGeometry height="300" width="100" x="1320" y="45" as="geometry" />
        </mxCell>
        <mxCell id="_QFFP_39c0ER-aZENGy8-47" parent="_QFFP_39c0ER-aZENGy8-46" style="html=1;points=[];perimeter=orthogonalPerimeter;outlineConnect=0;targetShapes=umlLifeline;portConstraint=eastwest;newEdgeStyle={&quot;edgeStyle&quot;:&quot;elbowEdgeStyle&quot;,&quot;elbow&quot;:&quot;vertical&quot;,&quot;curved&quot;:0,&quot;rounded&quot;:0};" value="" vertex="1">
          <mxGeometry height="190" width="10" x="45" y="70" as="geometry" />
        </mxCell>
        <mxCell id="_QFFP_39c0ER-aZENGy8-48" parent="_QFFP_39c0ER-aZENGy8-46" style="html=1;points=[];perimeter=orthogonalPerimeter;outlineConnect=0;targetShapes=umlLifeline;portConstraint=eastwest;newEdgeStyle={&quot;edgeStyle&quot;:&quot;elbowEdgeStyle&quot;,&quot;elbow&quot;:&quot;vertical&quot;,&quot;curved&quot;:0,&quot;rounded&quot;:0};" value="" vertex="1">
          <mxGeometry height="80" width="10" x="50" y="120" as="geometry" />
        </mxCell>
-         <mxCell id="7Z1T8ZwHcXeBXznP6D7j-40" parent="1" style="text;html=1;whiteSpace=wrap;strokeColor=none;fillColor=none;align=center;verticalAlign=middle;rounded=0;" value="Save Data" vertex="1">
-           <mxGeometry height="30" width="60" x="590" y="1180" as="geometry" />
-         </mxCell>
        <mxCell id="_QFFP_39c0ER-aZENGy8-49" edge="1" parent="1" style="html=1;verticalAlign=bottom;startArrow=oval;endArrow=block;startSize=8;edgeStyle=elbowEdgeStyle;elbow=vertical;curved=0;rounded=0;" target="_QFFP_39c0ER-aZENGy8-43" value="Login">
          <mxGeometry relative="1" as="geometry">
            <mxPoint x="965" y="135" as="sourcePoint" />
            <mxPoint x="1030" y="135" as="targetPoint" />
          </mxGeometry>
        </mxCell>
-         <mxCell id="7Z1T8ZwHcXeBXznP6D7j-41" parent="1" style="text;html=1;whiteSpace=wrap;strokeColor=none;fillColor=none;align=center;verticalAlign=middle;rounded=0;" value="Confirm save" vertex="1">
-           <mxGeometry height="30" width="80" x="580" y="1220" as="geometry" />
-         </mxCell>
        <mxCell id="_QFFP_39c0ER-aZENGy8-50" parent="1" style="text;html=1;whiteSpace=wrap;strokeColor=none;fillColor=none;align=center;verticalAlign=middle;rounded=0;" value="Register User" vertex="1">
          <mxGeometry height="30" width="100" x="1020" y="95" as="geometry" />
        </mxCell>
-         <mxCell id="7Z1T8ZwHcXeBXznP6D7j-42" parent="1" style="text;html=1;whiteSpace=wrap;strokeColor=none;fillColor=none;align=center;verticalAlign=middle;rounded=0;" value="Return Response" vertex="1">
-           <mxGeometry height="30" width="60" x="365" y="1320" as="geometry" />
-         </mxCell>
        <mxCell id="_QFFP_39c0ER-aZENGy8-51" parent="1" style="text;html=1;whiteSpace=wrap;strokeColor=none;fillColor=none;align=center;verticalAlign=middle;rounded=0;" value="Validate" vertex="1">
          <mxGeometry height="30" width="60" x="1190" y="85" as="geometry" />
        </mxCell>
-         <mxCell id="7Z1T8ZwHcXeBXznP6D7j-43" parent="1" style="text;html=1;whiteSpace=wrap;strokeColor=none;fillColor=none;align=center;verticalAlign=middle;rounded=0;" value="Return Succes/Failure" vertex="1">
-           <mxGeometry height="30" width="140" x="100" y="1290" as="geometry" />
-         </mxCell>
        <mxCell id="_QFFP_39c0ER-aZENGy8-52" parent="1" style="text;html=1;whiteSpace=wrap;strokeColor=none;fillColor=none;align=center;verticalAlign=middle;rounded=0;" value="Process Request" vertex="1">
          <mxGeometry height="30" width="60" x="1305" y="85" as="geometry" />
        </mxCell>
        <mxCell id="_QFFP_39c0ER-aZENGy8-53" parent="1" style="text;html=1;whiteSpace=wrap;strokeColor=none;fillColor=none;align=center;verticalAlign=middle;rounded=0;" value="Save Data" vertex="1">
          <mxGeometry height="30" width="60" x="1490" y="95" as="geometry" />
        </mxCell>
        <mxCell id="_QFFP_39c0ER-aZENGy8-54" parent="1" style="text;html=1;whiteSpace=wrap;strokeColor=none;fillColor=none;align=center;verticalAlign=middle;rounded=0;" value="Confirm save" vertex="1">
          <mxGeometry height="30" width="80" x="1480" y="165" as="geometry" />
        </mxCell>
        <mxCell id="_QFFP_39c0ER-aZENGy8-55" parent="1" style="text;html=1;whiteSpace=wrap;strokeColor=none;fillColor=none;align=center;verticalAlign=middle;rounded=0;" value="Return Response" vertex="1">
          <mxGeometry height="30" width="60" x="1245" y="195" as="geometry" />
        </mxCell>
        <mxCell id="_QFFP_39c0ER-aZENGy8-56" parent="1" style="text;html=1;whiteSpace=wrap;strokeColor=none;fillColor=none;align=center;verticalAlign=middle;rounded=0;" value="Return Succes/Failure" vertex="1">
          <mxGeometry height="30" width="140" x="1000" y="205" as="geometry" />
        </mxCell>
        <mxCell id="_QFFP_39c0ER-aZENGy8-57" edge="1" parent="1" source="_QFFP_39c0ER-aZENGy8-47" style="endArrow=classic;html=1;rounded=0;" target="_QFFP_39c0ER-aZENGy8-37" value="">
          <mxGeometry height="50" relative="1" width="50" as="geometry">
            <Array as="points">
              <mxPoint x="1530" y="135" />
            </Array>
            <mxPoint x="1370" y="175" as="sourcePoint" />
            <mxPoint x="1420" y="125" as="targetPoint" />
          </mxGeometry>
        </mxCell>
        <mxCell id="_QFFP_39c0ER-aZENGy8-58" edge="1" parent="1" source="_QFFP_39c0ER-aZENGy8-37" style="endArrow=classic;html=1;rounded=0;dashed=1;" target="_QFFP_39c0ER-aZENGy8-48" value="">
          <mxGeometry height="50" relative="1" width="50" as="geometry">
            <Array as="points">
              <mxPoint x="1520" y="195" />
            </Array>
            <mxPoint x="1660" y="235" as="sourcePoint" />
            <mxPoint x="1710" y="185" as="targetPoint" />
          </mxGeometry>
        </mxCell>
        <mxCell id="_QFFP_39c0ER-aZENGy8-59" edge="1" parent="1" source="_QFFP_39c0ER-aZENGy8-46" style="endArrow=classic;html=1;rounded=0;dashed=1;" target="_QFFP_39c0ER-aZENGy8-45" value="">
          <mxGeometry height="50" relative="1" width="50" as="geometry">
            <Array as="points">
              <mxPoint x="1280" y="225" />
            </Array>
            <mxPoint x="1360" y="275" as="sourcePoint" />
            <mxPoint x="1410" y="225" as="targetPoint" />
          </mxGeometry>
        </mxCell>
        <mxCell id="_QFFP_39c0ER-aZENGy8-60" edge="1" parent="1" source="_QFFP_39c0ER-aZENGy8-43" style="endArrow=classic;html=1;rounded=0;dashed=1;" target="_QFFP_39c0ER-aZENGy8-36" value="">
          <mxGeometry height="50" relative="1" width="50" as="geometry">
            <Array as="points">
              <mxPoint x="1080" y="235" />
            </Array>
            <mxPoint x="1340" y="345" as="sourcePoint" />
            <mxPoint x="1390" y="295" as="targetPoint" />
          </mxGeometry>
        </mxCell>
        <mxCell id="68ymO_Sjnk0znAFFcrqy-1" parent="1" style="shape=umlLifeline;perimeter=lifelinePerimeter;whiteSpace=wrap;html=1;container=0;dropTarget=0;collapsible=0;recursiveResize=0;outlineConnect=0;portConstraint=eastwest;newEdgeStyle={&quot;edgeStyle&quot;:&quot;elbowEdgeStyle&quot;,&quot;elbow&quot;:&quot;vertical&quot;,&quot;curved&quot;:0,&quot;rounded&quot;:0};" value="User" vertex="1">
          <mxGeometry height="505" width="100" x="1830" y="55" as="geometry" />
        </mxCell>
        <mxCell id="DhhXMbWg79UAvs8icK3S-2" parent="68ymO_Sjnk0znAFFcrqy-1" style="html=1;points=[];perimeter=orthogonalPerimeter;outlineConnect=0;targetShapes=umlLifeline;portConstraint=eastwest;newEdgeStyle={&quot;edgeStyle&quot;:&quot;elbowEdgeStyle&quot;,&quot;elbow&quot;:&quot;vertical&quot;,&quot;curved&quot;:0,&quot;rounded&quot;:0};" value="" vertex="1">
          <mxGeometry height="335" width="10" x="45" y="75" as="geometry" />
        </mxCell>
        <mxCell id="DhhXMbWg79UAvs8icK3S-4" parent="68ymO_Sjnk0znAFFcrqy-1" style="html=1;points=[];perimeter=orthogonalPerimeter;outlineConnect=0;targetShapes=umlLifeline;portConstraint=eastwest;newEdgeStyle={&quot;edgeStyle&quot;:&quot;elbowEdgeStyle&quot;,&quot;elbow&quot;:&quot;vertical&quot;,&quot;curved&quot;:0,&quot;rounded&quot;:0};" value="" vertex="1">
          <mxGeometry height="40" width="10" x="50" y="80" as="geometry" />
        </mxCell>
        <mxCell id="68ymO_Sjnk0znAFFcrqy-5" parent="1" style="shape=umlLifeline;perimeter=lifelinePerimeter;whiteSpace=wrap;html=1;container=0;dropTarget=0;collapsible=0;recursiveResize=0;outlineConnect=0;portConstraint=eastwest;newEdgeStyle={&quot;edgeStyle&quot;:&quot;elbowEdgeStyle&quot;,&quot;elbow&quot;:&quot;vertical&quot;,&quot;curved&quot;:0,&quot;rounded&quot;:0};" value="DataBase" vertex="1">
          <mxGeometry height="300" width="100" x="2540" y="65" as="geometry" />
        </mxCell>
        <mxCell id="68ymO_Sjnk0znAFFcrqy-6" parent="68ymO_Sjnk0znAFFcrqy-5" style="html=1;points=[];perimeter=orthogonalPerimeter;outlineConnect=0;targetShapes=umlLifeline;portConstraint=eastwest;newEdgeStyle={&quot;edgeStyle&quot;:&quot;elbowEdgeStyle&quot;,&quot;elbow&quot;:&quot;vertical&quot;,&quot;curved&quot;:0,&quot;rounded&quot;:0};" value="" vertex="1">
          <mxGeometry height="170" width="10" x="45" y="80" as="geometry" />
        </mxCell>
        <mxCell id="68ymO_Sjnk0znAFFcrqy-9" edge="1" parent="1" source="68ymO_Sjnk0znAFFcrqy-6" style="html=1;verticalAlign=bottom;endArrow=open;dashed=1;endSize=8;edgeStyle=elbowEdgeStyle;elbow=vertical;curved=0;rounded=0;" value="return">
          <mxGeometry relative="1" x="0.3286" as="geometry">
            <mxPoint as="offset" />
            <Array as="points">
              <mxPoint x="1990" y="295" />
            </Array>
            <mxPoint x="1885" y="295" as="targetPoint" />
          </mxGeometry>
        </mxCell>
        <mxCell id="68ymO_Sjnk0znAFFcrqy-10" edge="1" parent="1" source="68ymO_Sjnk0znAFFcrqy-16" style="html=1;verticalAlign=bottom;endArrow=open;dashed=1;endSize=8;edgeStyle=elbowEdgeStyle;elbow=vertical;curved=0;rounded=0;" target="DhhXMbWg79UAvs8icK3S-4" value="user_id">
          <mxGeometry relative="1" x="0.325" as="geometry">
            <mxPoint as="offset" />
            <Array as="points">
              <mxPoint x="2260" y="175" />
            </Array>
            <mxPoint x="2260" y="175" as="sourcePoint" />
            <mxPoint x="1910" y="180" as="targetPoint" />
          </mxGeometry>
        </mxCell>
        <mxCell id="68ymO_Sjnk0znAFFcrqy-11" parent="1" style="shape=umlLifeline;perimeter=lifelinePerimeter;whiteSpace=wrap;html=1;container=0;dropTarget=0;collapsible=0;recursiveResize=0;outlineConnect=0;portConstraint=eastwest;newEdgeStyle={&quot;edgeStyle&quot;:&quot;elbowEdgeStyle&quot;,&quot;elbow&quot;:&quot;vertical&quot;,&quot;curved&quot;:0,&quot;rounded&quot;:0};" value="API" vertex="1">
          <mxGeometry height="300" width="100" x="2050" y="55" as="geometry" />
        </mxCell>
        <mxCell id="68ymO_Sjnk0znAFFcrqy-14" parent="1" style="shape=umlLifeline;perimeter=lifelinePerimeter;whiteSpace=wrap;html=1;container=0;dropTarget=0;collapsible=0;recursiveResize=0;outlineConnect=0;portConstraint=eastwest;newEdgeStyle={&quot;edgeStyle&quot;:&quot;elbowEdgeStyle&quot;,&quot;elbow&quot;:&quot;vertical&quot;,&quot;curved&quot;:0,&quot;rounded&quot;:0};" value="&lt;div&gt;Backend&lt;/div&gt;" vertex="1">
          <mxGeometry height="300" width="100" x="2240" y="55" as="geometry" />
        </mxCell>
        <mxCell id="68ymO_Sjnk0znAFFcrqy-16" parent="68ymO_Sjnk0znAFFcrqy-14" style="html=1;points=[];perimeter=orthogonalPerimeter;outlineConnect=0;targetShapes=umlLifeline;portConstraint=eastwest;newEdgeStyle={&quot;edgeStyle&quot;:&quot;elbowEdgeStyle&quot;,&quot;elbow&quot;:&quot;vertical&quot;,&quot;curved&quot;:0,&quot;rounded&quot;:0};" value="" vertex="1">
          <mxGeometry height="40" width="10" x="45" y="80" as="geometry" />
        </mxCell>
        <mxCell id="68ymO_Sjnk0znAFFcrqy-17" edge="1" parent="1" source="DhhXMbWg79UAvs8icK3S-4" style="html=1;verticalAlign=bottom;startArrow=oval;endArrow=block;startSize=8;edgeStyle=elbowEdgeStyle;elbow=vertical;curved=0;rounded=0;" target="68ymO_Sjnk0znAFFcrqy-16" value="Login">
          <mxGeometry relative="1" as="geometry">
            <Array as="points">
              <mxPoint x="2270" y="140" />
            </Array>
            <mxPoint x="1900" y="140" as="sourcePoint" />
            <mxPoint x="2270" y="140" as="targetPoint" />
          </mxGeometry>
        </mxCell>
        <mxCell id="68ymO_Sjnk0znAFFcrqy-18" parent="1" style="text;html=1;whiteSpace=wrap;strokeColor=none;fillColor=none;align=center;verticalAlign=middle;rounded=0;" value="Register User" vertex="1">
          <mxGeometry height="30" width="100" x="1940" y="105" as="geometry" />
        </mxCell>
        <mxCell id="68ymO_Sjnk0znAFFcrqy-19" parent="1" style="text;html=1;whiteSpace=wrap;strokeColor=none;fillColor=none;align=center;verticalAlign=middle;rounded=0;" value="Validate" vertex="1">
          <mxGeometry height="30" width="60" x="2165" y="105" as="geometry" />
        </mxCell>
        <mxCell id="68ymO_Sjnk0znAFFcrqy-20" parent="1" style="text;html=1;whiteSpace=wrap;strokeColor=none;fillColor=none;align=center;verticalAlign=middle;rounded=0;" value="Process Request" vertex="1">
          <mxGeometry height="30" width="60" x="2150" y="145" as="geometry" />
        </mxCell>
        <mxCell id="68ymO_Sjnk0znAFFcrqy-21" parent="1" style="text;html=1;whiteSpace=wrap;strokeColor=none;fillColor=none;align=center;verticalAlign=middle;rounded=0;" value="Save Data" vertex="1">
          <mxGeometry height="30" width="60" x="2410" y="105" as="geometry" />
        </mxCell>
        <mxCell id="68ymO_Sjnk0znAFFcrqy-22" parent="1" style="text;html=1;whiteSpace=wrap;strokeColor=none;fillColor=none;align=center;verticalAlign=middle;rounded=0;" value="Confirm save" vertex="1">
          <mxGeometry height="30" width="80" x="2400" y="145" as="geometry" />
        </mxCell>
        <mxCell id="68ymO_Sjnk0znAFFcrqy-23" parent="1" style="text;html=1;whiteSpace=wrap;strokeColor=none;fillColor=none;align=center;verticalAlign=middle;rounded=0;" value="Return Response" vertex="1">
          <mxGeometry height="30" width="60" x="2165" y="235" as="geometry" />
        </mxCell>
        <mxCell id="68ymO_Sjnk0znAFFcrqy-24" parent="1" style="text;html=1;whiteSpace=wrap;strokeColor=none;fillColor=none;align=center;verticalAlign=middle;rounded=0;" value="Return Succes/Failure" vertex="1">
          <mxGeometry height="30" width="140" x="1920" y="215" as="geometry" />
        </mxCell>
+         <mxCell id="7Z1T8ZwHcXeBXznP6D7j-44" parent="1" style="html=1;points=[];perimeter=orthogonalPerimeter;outlineConnect=0;targetShapes=umlLifeline;portConstraint=eastwest;newEdgeStyle={&quot;edgeStyle&quot;:&quot;elbowEdgeStyle&quot;,&quot;elbow&quot;:&quot;vertical&quot;,&quot;curved&quot;:0,&quot;rounded&quot;:0};" value="" vertex="1">
+           <mxGeometry height="70" width="10" x="120" y="1180" as="geometry" />
+         </mxCell>
        <mxCell id="DhhXMbWg79UAvs8icK3S-5" parent="1" style="text;html=1;whiteSpace=wrap;strokeColor=none;fillColor=none;align=center;verticalAlign=middle;rounded=0;" value="Sijin" vertex="1">
          <mxGeometry height="30" width="140" x="2140" y="370" as="geometry" />
+         </mxCell>
+         <mxCell id="7Z1T8ZwHcXeBXznP6D7j-45" edge="1" parent="1" style="html=1;verticalAlign=bottom;startArrow=oval;endArrow=block;startSize=8;edgeStyle=elbowEdgeStyle;elbow=vertical;curved=0;rounded=0;" value="&lt;div&gt;Request&lt;/div&gt;">
+           <mxGeometry relative="1" as="geometry">
+             <mxPoint x="67.5" y="1200" as="sourcePoint" />
+             <mxPoint x="120" y="1200" as="targetPoint" />
+           </mxGeometry>
+         </mxCell>
+         <mxCell id="7Z1T8ZwHcXeBXznP6D7j-46" edge="1" parent="1" style="html=1;verticalAlign=bottom;startArrow=oval;endArrow=block;startSize=8;edgeStyle=elbowEdgeStyle;elbow=vertical;curved=0;rounded=0;" target="7Z1T8ZwHcXeBXznP6D7j-33" value="Fetch Request for API">
+           <mxGeometry relative="1" as="geometry">
+             <mxPoint x="130" y="1190" as="sourcePoint" />
+             <mxPoint x="182.5" y="1190" as="targetPoint" />
+           </mxGeometry>
+         </mxCell>
+         <mxCell id="7Z1T8ZwHcXeBXznP6D7j-47" edge="1" parent="1" source="7Z1T8ZwHcXeBXznP6D7j-33" style="html=1;verticalAlign=bottom;startArrow=oval;endArrow=block;startSize=8;edgeStyle=elbowEdgeStyle;elbow=vertical;curved=0;rounded=0;" value="Fetch Request for API">
+           <mxGeometry relative="1" y="10" as="geometry">
+             <mxPoint as="offset" />
+             <Array as="points">
+               <mxPoint x="630" y="1230" />
+             </Array>
+             <mxPoint x="500" y="1230" as="sourcePoint" />
+             <mxPoint x="769.5" y="1230" as="targetPoint" />
+           </mxGeometry>
+         </mxCell>
+         <mxCell id="7Z1T8ZwHcXeBXznP6D7j-48" edge="1" parent="1" source="7Z1T8ZwHcXeBXznP6D7j-24" style="endArrow=classic;html=1;rounded=0;dashed=1;" target="7Z1T8ZwHcXeBXznP6D7j-33" value="">
+           <mxGeometry height="50" relative="1" width="50" as="geometry">
+             <Array as="points">
+               <mxPoint x="630" y="1260" />
+             </Array>
+             <mxPoint x="719.5" y="1260" as="sourcePoint" />
+             <mxPoint x="540" y="1260" as="targetPoint" />
+           </mxGeometry>
+         </mxCell>
+         <mxCell id="7Z1T8ZwHcXeBXznP6D7j-49" edge="1" parent="1" style="endArrow=classic;html=1;rounded=0;dashed=1;" target="7Z1T8ZwHcXeBXznP6D7j-44" value="">
+           <mxGeometry height="50" relative="1" width="50" as="geometry">
+             <Array as="points">
+               <mxPoint x="400" y="1260" />
+               <mxPoint x="400" y="1210" />
+             </Array>
+             <mxPoint x="434.75" y="1260" as="sourcePoint" />
+             <mxPoint x="270" y="1260" as="targetPoint" />
+           </mxGeometry>
+         </mxCell>
+         <mxCell id="7Z1T8ZwHcXeBXznP6D7j-50" edge="1" parent="1" style="endArrow=classic;html=1;rounded=0;dashed=1;" value="">
+           <mxGeometry height="50" relative="1" width="50" as="geometry">
+             <Array as="points">
+               <mxPoint x="90" y="1214.75" />
+             </Array>
+             <mxPoint x="120" y="1214.75" as="sourcePoint" />
+             <mxPoint x="65" y="1214.75" as="targetPoint" />
+           </mxGeometry>
+         </mxCell>
+         <mxCell id="7Z1T8ZwHcXeBXznP6D7j-51" edge="1" parent="1" style="html=1;verticalAlign=bottom;startArrow=oval;endArrow=block;startSize=8;edgeStyle=elbowEdgeStyle;elbow=vertical;curved=0;rounded=0;" value="&lt;div&gt;Launch Site&lt;/div&gt;">
+           <mxGeometry relative="1" as="geometry">
+             <mxPoint x="67.5" y="1260" as="sourcePoint" />
+             <mxPoint x="182.5" y="1260" as="targetPoint" />
+           </mxGeometry>
        </mxCell>
      </root>
    </mxGraphModel>
  </diagram>
</mxfile>
